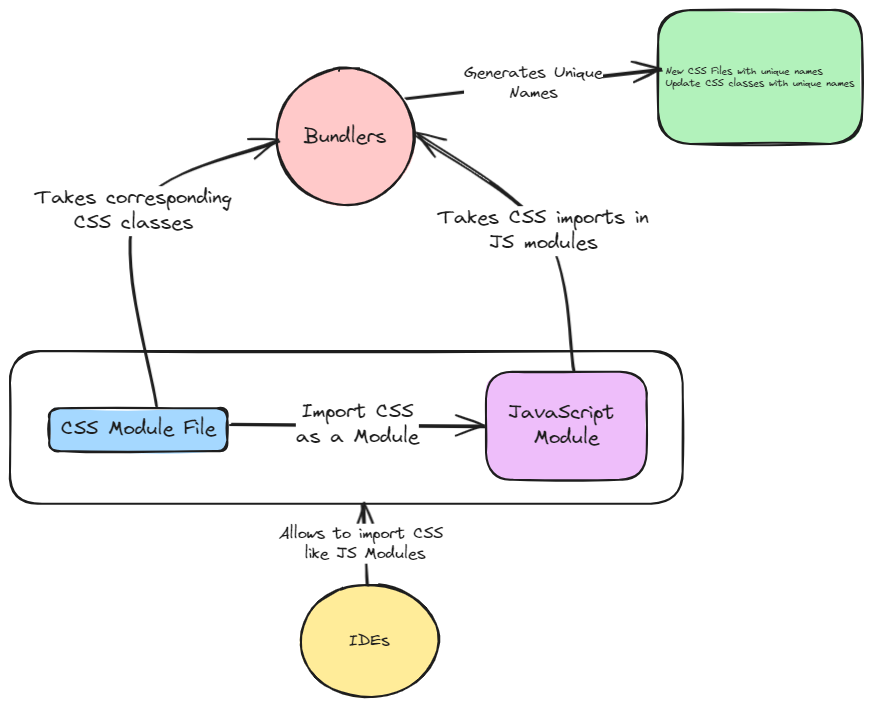
The Excalidraw diagram static/img/css-module.excalidraw.png in swaroopar/inprogress-engineer, before a commit. Source tidied: one line per element, renumbered; positions are measured from the earlier drawing's top-left corner, leaving out a move shared by most shapes.
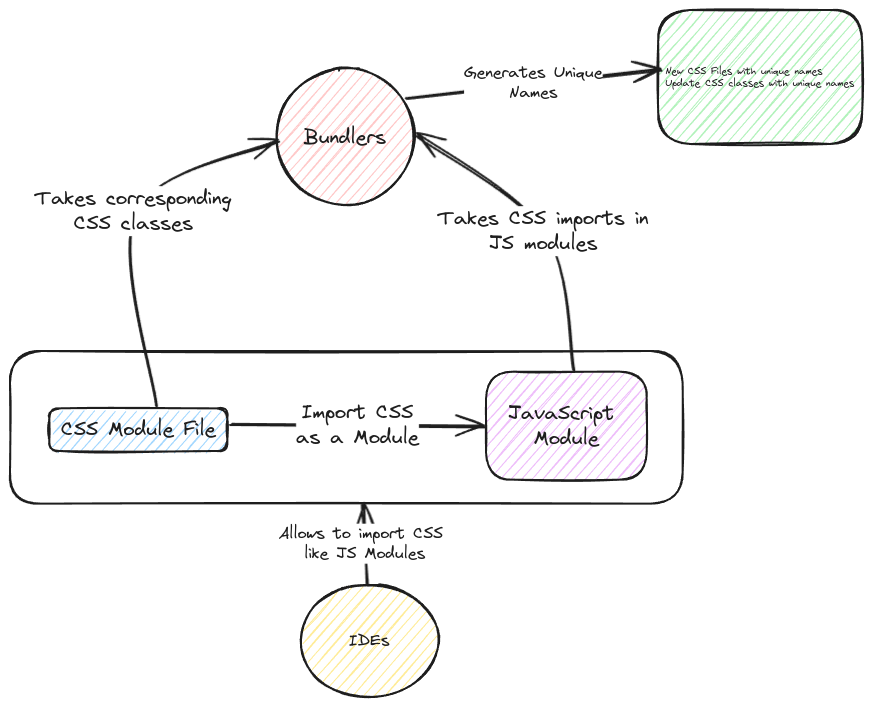
The same diagram one commit later.

Change to the diagram source:
```diff
@@ -1,21 +1,21 @@
-{"id": 0, "type": "rectangle", "strokeColor": "#1e1e1e", "backgroundColor": "#a5d8ff", "fillStyle": "solid", "strokeWidth": 2, "roughness": 1, "round": true, "x": 39, "y": 398, "width": 178, "height": 43}
+{"id": 0, "type": "rectangle", "strokeColor": "#1e1e1e", "backgroundColor": "#a5d8ff", "fillStyle": "hachure", "strokeWidth": 2, "roughness": 1, "round": true, "x": 39, "y": 398, "width": 178, "height": 43}
 {"id": 1, "type": "text", "text": "CSS Module File", "strokeColor": "#1e1e1e", "strokeWidth": 2, "roughness": 1, "fontSize": 20, "fontFamily": 1, "textAlign": "center", "verticalAlign": "middle", "inside": 0, "x": 51, "y": 407, "width": 155, "height": 25}
-{"id": 2, "type": "rectangle", "strokeColor": "#1e1e1e", "backgroundColor": "#eebefa", "fillStyle": "solid", "strokeWidth": 2, "roughness": 1, "round": true, "x": 476, "y": 362, "width": 161, "height": 108}
+{"id": 2, "type": "rectangle", "strokeColor": "#1e1e1e", "backgroundColor": "#eebefa", "fillStyle": "hachure", "strokeWidth": 2, "roughness": 1, "round": true, "x": 476, "y": 362, "width": 161, "height": 108}
 {"id": 3, "type": "text", "text": "JavaScript \nModule", "strokeColor": "#1e1e1e", "strokeWidth": 2, "roughness": 1, "fontSize": 20, "fontFamily": 1, "textAlign": "center", "verticalAlign": "middle", "inside": 2, "x": 498, "y": 391, "width": 116, "height": 50}
 {"id": 4, "type": "arrow", "strokeColor": "#1e1e1e", "strokeWidth": 2, "roughness": 1, "endArrowhead": "arrow", "round": true, "from": 0, "to": 2, "x": 220, "y": 414, "width": 255, "height": 1, "points": [[0, 0], [255, 1]]}
 {"id": 5, "type": "text", "text": "Import CSS\nas a Module", "strokeColor": "#1e1e1e", "strokeWidth": 2, "roughness": 1, "fontSize": 20, "fontFamily": 1, "textAlign": "center", "verticalAlign": "middle", "inside": 4, "x": 312, "y": 296, "width": 123, "height": 50}
 {"id": 6, "type": "rectangle", "strokeColor": "#1e1e1e", "strokeWidth": 2, "roughness": 1, "round": true, "x": 0, "y": 341, "width": 673, "height": 153}
-{"id": 7, "type": "ellipse", "strokeColor": "#1e1e1e", "backgroundColor": "#ffc9c9", "fillStyle": "solid", "strokeWidth": 2, "roughness": 1, "round": true, "x": 266, "y": 58, "width": 138, "height": 137}
+{"id": 7, "type": "ellipse", "strokeColor": "#1e1e1e", "backgroundColor": "#ffc9c9", "fillStyle": "hachure", "strokeWidth": 2, "roughness": 1, "round": true, "x": 266, "y": 58, "width": 138, "height": 137}
 {"id": 8, "type": "text", "text": "Bundlers", "strokeColor": "#1e1e1e", "strokeWidth": 2, "roughness": 1, "fontSize": 20, "fontFamily": 1, "textAlign": "center", "verticalAlign": "middle", "inside": 7, "x": 294, "y": 115, "width": 82, "height": 25}
 {"id": 9, "type": "arrow", "strokeColor": "#1e1e1e", "strokeWidth": 2, "roughness": 1, "endArrowhead": "arrow", "round": true, "from": 2, "to": 7, "x": 563, "y": 358, "width": 159, "height": 235, "points": [[0, 0], [-30, -137], [-159, -235]]}
 {"id": 10, "type": "text", "text": "Takes CSS imports in\nJS modules", "strokeColor": "#1e1e1e", "strokeWidth": 2, "roughness": 1, "fontSize": 20, "fontFamily": 1, "textAlign": "center", "verticalAlign": "middle", "inside": 9, "x": 428, "y": 196, "width": 211, "height": 50}
 {"id": 11, "type": "arrow", "strokeColor": "#1e1e1e", "strokeWidth": 2, "roughness": 1, "endArrowhead": "arrow", "round": true, "from": 0, "x": 143, "y": 394, "width": 143, "height": 265, "points": [[0, 0], [-19, -193], [124, -265]]}
 {"id": 12, "type": "text", "text": "Takes corresponding\nCSS classes", "strokeColor": "#1e1e1e", "strokeWidth": 2, "roughness": 1, "fontSize": 20, "fontFamily": 1, "textAlign": "center", "verticalAlign": "middle", "inside": 11, "x": 25, "y": 176, "width": 196, "height": 50}
-{"id": 13, "type": "rectangle", "strokeColor": "#1e1e1e", "backgroundColor": "#b2f2bb", "fillStyle": "solid", "strokeWidth": 2, "roughness": 1, "round": true, "x": 648, "y": 0, "width": 204, "height": 134}
+{"id": 13, "type": "rectangle", "strokeColor": "#1e1e1e", "backgroundColor": "#b2f2bb", "fillStyle": "hachure", "strokeWidth": 2, "roughness": 1, "round": true, "x": 648, "y": 0, "width": 204, "height": 134}
 {"id": 14, "type": "text", "text": "New CSS Files with unique names\nUpdate CSS classes with unique names", "strokeColor": "#1e1e1e", "strokeWidth": 2, "roughness": 1, "fontSize": 9.87, "fontFamily": 1, "x": 655, "y": 56, "width": 189, "height": 25}
 {"id": 15, "type": "arrow", "strokeColor": "#1e1e1e", "strokeWidth": 2, "roughness": 1, "endArrowhead": "arrow", "round": true, "from": 7, "to": 14, "x": 396, "y": 87, "width": 255, "height": 28, "points": [[0, 0], [255, -28]]}
 {"id": 16, "type": "text", "text": "Generates Unique\nNames", "strokeColor": "#1e1e1e", "strokeWidth": 2, "roughness": 1, "fontSize": 16, "fontFamily": 1, "textAlign": "center", "verticalAlign": "middle", "inside": 15, "x": 438, "y": 53, "width": 139, "height": 40}
-{"id": 17, "type": "ellipse", "strokeColor": "#1e1e1e", "backgroundColor": "#ffec99", "fillStyle": "solid", "strokeWidth": 2, "roughness": 1, "round": true, "x": 290, "y": 574, "width": 138, "height": 113}
+{"id": 17, "type": "ellipse", "strokeColor": "#1e1e1e", "backgroundColor": "#ffec99", "fillStyle": "hachure", "strokeWidth": 2, "roughness": 1, "round": true, "x": 290, "y": 574, "width": 138, "height": 113}
 {"id": 18, "type": "text", "text": "IDEs", "strokeColor": "#1e1e1e", "strokeWidth": 2, "roughness": 1, "fontSize": 16, "fontFamily": 1, "textAlign": "center", "verticalAlign": "middle", "inside": 17, "x": 339, "y": 621, "width": 41, "height": 20}
 {"id": 19, "type": "arrow", "strokeColor": "#1e1e1e", "strokeWidth": 2, "roughness": 1, "endArrowhead": "arrow", "round": true, "from": 17, "x": 357, "y": 574, "width": 5, "height": 81, "points": [[0, 0], [-5, -81]]}
 {"id": 20, "type": "text", "text": "Allows to import CSS \nlike JS Modules", "strokeColor": "#1e1e1e", "strokeWidth": 2, "roughness": 1, "fontSize": 16, "fontFamily": 1, "textAlign": "center", "verticalAlign": "middle", "inside": 19, "x": 269, "y": 514, "width": 172, "height": 40}
```
